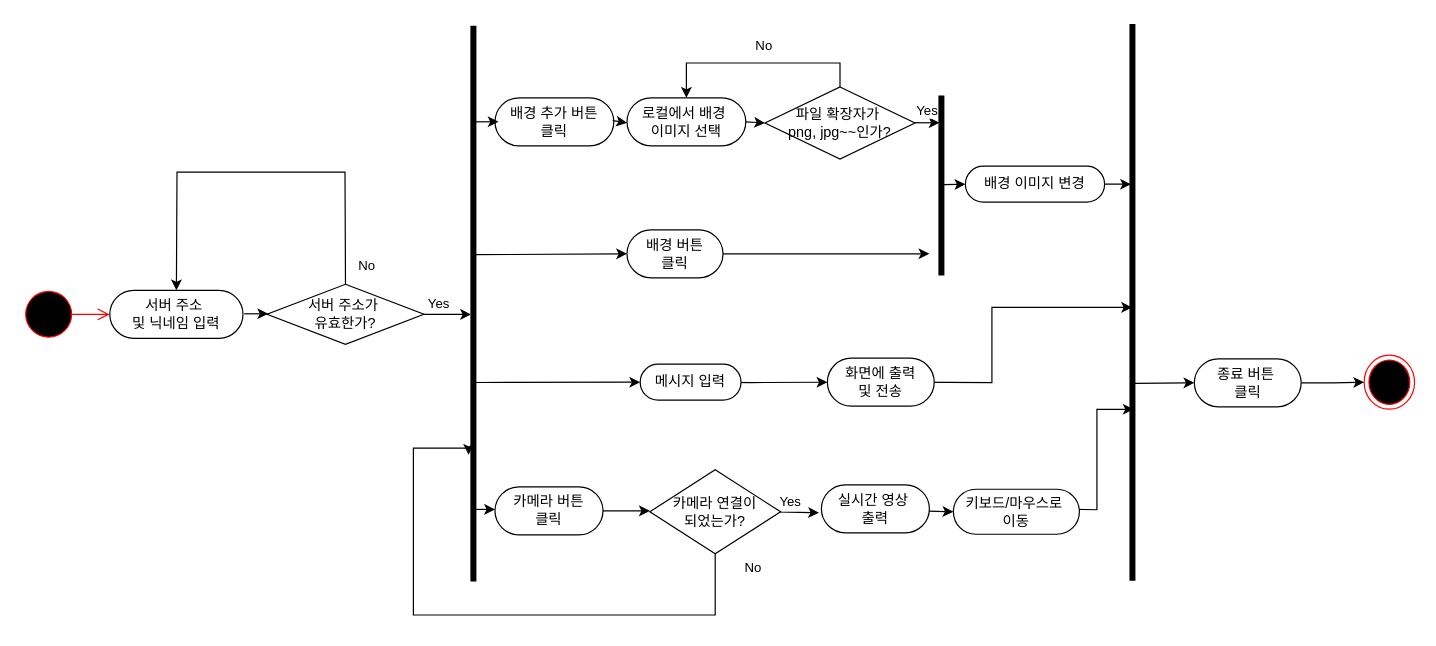
Earlier version of the draw.io diagram document/제목 없는 다이어그램.drawio (ky107601/MeetingZone-MZ-). Source tidied: cells renumbered, new cells numbered last; positions are measured from the earlier drawing's top-left corner, leaving out a move shared by most shapes. Both pictures are drawn from the tidied source at 120%, with x=0, y=0 at pixel (20, 86).
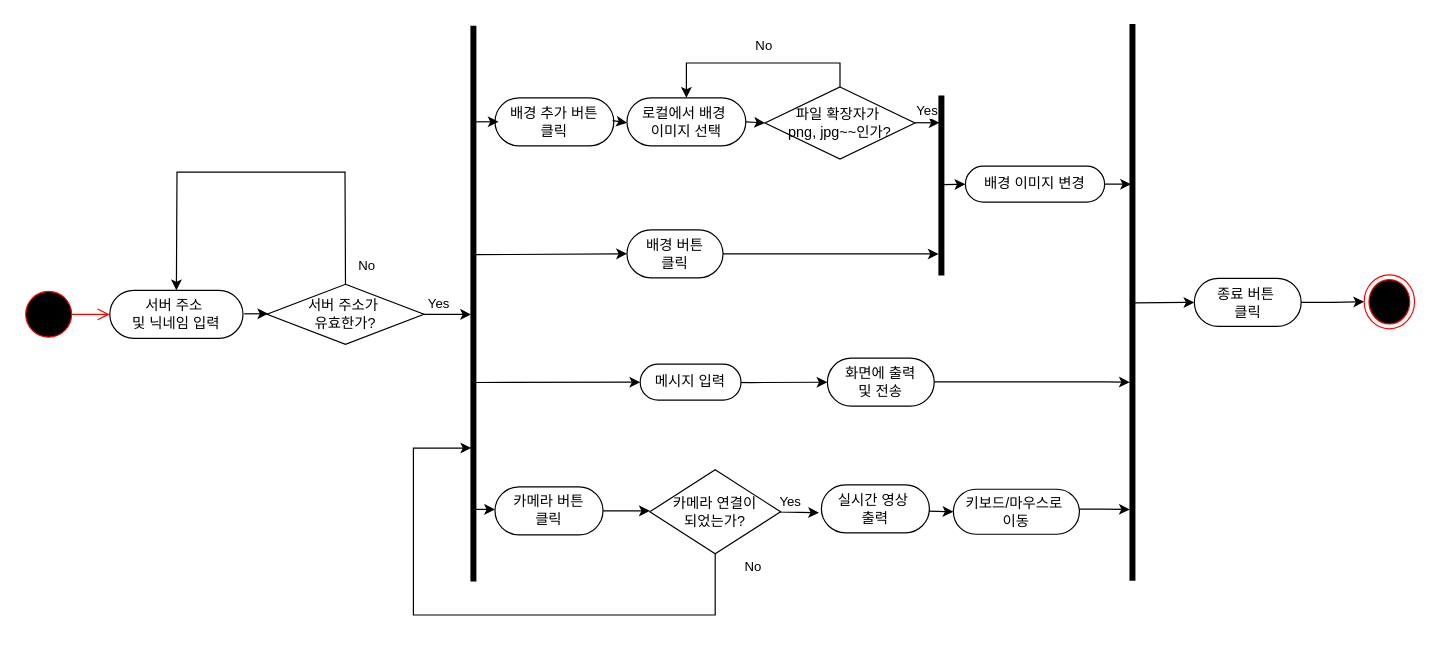
Above is the later version.

The change refers to these unchanged cells:
```xml
<mxCell id="12" style="line;strokeWidth=5;fillColor=none;align=left;verticalAlign=middle;spacingTop=-1;spacingLeft=3;spacingRight=3;labelPosition=right;points=[];portConstraint=eastwest;strokeColor=inherit;rotation=-90;" parent="1" vertex="1">
  <mxGeometry x="145.5" y="176.5" width="463" height="8" as="geometry" />
</mxCell>
<mxCell id="20" value="배경 버튼&lt;div&gt;클릭&lt;/div&gt;" style="rounded=1;whiteSpace=wrap;html=1;arcSize=50;rotation=0;" parent="1" vertex="1">
  <mxGeometry x="505" y="119" width="80" height="40" as="geometry" />
</mxCell>
<mxCell id="31" style="line;strokeWidth=5;fillColor=none;align=left;verticalAlign=middle;spacingTop=-1;spacingLeft=3;spacingRight=3;labelPosition=right;points=[];portConstraint=eastwest;strokeColor=inherit;rotation=-90;" parent="1" vertex="1">
  <mxGeometry x="692" y="78" width="150" height="8" as="geometry" />
</mxCell>
<mxCell id="37" value="카메라 연결이&lt;div&gt;되었는가?&lt;/div&gt;" style="rhombus;whiteSpace=wrap;html=1;rotation=0;" parent="1" vertex="1">
  <mxGeometry x="524" y="319" width="109" height="70" as="geometry" />
</mxCell>
<mxCell id="46" style="line;strokeWidth=5;fillColor=none;align=left;verticalAlign=middle;spacingTop=-1;spacingLeft=3;spacingRight=3;labelPosition=right;points=[];portConstraint=eastwest;strokeColor=inherit;rotation=-90;" parent="1" vertex="1">
  <mxGeometry x="694.2" y="175.5" width="464" height="8" as="geometry" />
</mxCell>
```

Diff of the diagram source:
```diff
@@
     <mxCell id="2" style="ellipse;html=1;shape=endState;fillColor=#000000;strokeColor=#ff0000;rotation=-90;" parent="1" vertex="1">
-      <mxGeometry x="1117.8" y="225" width="45" height="42" as="geometry" />
+      <mxGeometry x="1117.8" y="158" width="45" height="42" as="geometry" />
     </mxCell>
@@
-    <mxCell id="17" style="edgeStyle=orthogonalEdgeStyle;rounded=0;jettySize=auto;html=1;entryX=0.308;entryY=0.625;entryDx=0;entryDy=0;entryPerimeter=0;" parent="1" edge="1" target="46">
+    <mxCell id="17" style="edgeStyle=orthogonalEdgeStyle;rounded=0;orthogonalLoop=1;jettySize=auto;html=1;" parent="1" edge="1">
       <mxGeometry relative="1" as="geometry">
-        <mxPoint x="870" y="351.8" as="sourcePoint" />
+        <mxPoint x="874" y="351.8" as="sourcePoint" />
+        <mxPoint x="924" y="352" as="targetPoint" />
+        <Array as="points">
+          <mxPoint x="901" y="352" />
+          <mxPoint x="933" y="352" />
+        </Array>
       </mxGeometry>
     </mxCell>
@@
-    <mxCell id="19" style="edgeStyle=orthogonalEdgeStyle;rounded=0;jettySize=auto;html=1;exitX=1;exitY=0.5;exitDx=0;exitDy=0;" parent="1" edge="1" source="20">
-      <mxGeometry relative="1" as="geometry">
-        <mxPoint x="757" y="139" as="targetPoint" />
-      </mxGeometry>
+    <mxCell id="19" style="edgeStyle=orthogonalEdgeStyle;rounded=0;jettySize=auto;html=1;exitX=1;exitY=0.5;exitDx=0;exitDy=0;entryX=0.119;entryY=0.21;entryDx=0;entryDy=0;entryPerimeter=0;" parent="1" edge="1" source="20" target="31">
+      <mxGeometry relative="1" as="geometry" />
     </mxCell>
@@
-    <mxCell id="44" style="edgeStyle=orthogonalEdgeStyle;rounded=0;jettySize=auto;html=1;exitX=0.5;exitY=1;exitDx=0;exitDy=0;entryX=0.228;entryY=0;entryDx=0;entryDy=0;entryPerimeter=0;" parent="1" edge="1" source="37" target="12">
+    <mxCell id="44" style="edgeStyle=orthogonalEdgeStyle;rounded=0;jettySize=auto;html=1;exitX=0.5;exitY=1;exitDx=0;exitDy=0;entryX=0.24;entryY=0.273;entryDx=0;entryDy=0;entryPerimeter=0;" parent="1" edge="1" source="37" target="12">
       <mxGeometry relative="1" as="geometry">
         <Array as="points">
-          <mxPoint x="578" y="440" />
+          <mxPoint x="579" y="440" />
           <mxPoint x="327" y="440" />
           <mxPoint x="327" y="301" />
         </Array>
       </mxGeometry>
     </mxCell>
@@
-    <mxCell id="47" style="edgeStyle=orthogonalEdgeStyle;rounded=0;jettySize=auto;html=1;entryX=0.491;entryY=0.458;entryDx=0;entryDy=0;entryPerimeter=0;" parent="1" edge="1" target="46">
+    <mxCell id="47" style="edgeStyle=orthogonalEdgeStyle;rounded=0;orthogonalLoop=1;jettySize=auto;html=1;" parent="1" edge="1">
       <mxGeometry relative="1" as="geometry">
-        <mxPoint x="695" y="245.8" as="sourcePoint" />
+        <mxPoint x="699" y="245.8" as="sourcePoint" />
+        <mxPoint x="924" y="246" as="targetPoint" />
+        <Array as="points">
+          <mxPoint x="905" y="246" />
+          <mxPoint x="914" y="246" />
+        </Array>
       </mxGeometry>
     </mxCell>
@@
     <mxCell id="49" style="endArrow=classic;html=1;rounded=0;entryX=0;entryY=0.5;entryDx=0;entryDy=0;exitX=0.486;exitY=0.719;exitDx=0;exitDy=0;exitPerimeter=0;" parent="1" edge="1" target="50">
       <mxGeometry relative="1" as="geometry">
-        <mxPoint x="928" y="246.9" as="sourcePoint" />
+        <mxPoint x="928" y="179.9" as="sourcePoint" />
       </mxGeometry>
     </mxCell>
     <mxCell id="50" value="종료 버튼&amp;nbsp;&lt;div&gt;클릭&lt;/div&gt;" style="rounded=1;whiteSpace=wrap;html=1;arcSize=50;rotation=0;" parent="1" vertex="1">
-      <mxGeometry x="977.8" y="226.5" width="89" height="40" as="geometry" />
+      <mxGeometry x="977.8" y="159.5" width="89" height="40" as="geometry" />
     </mxCell>
```
